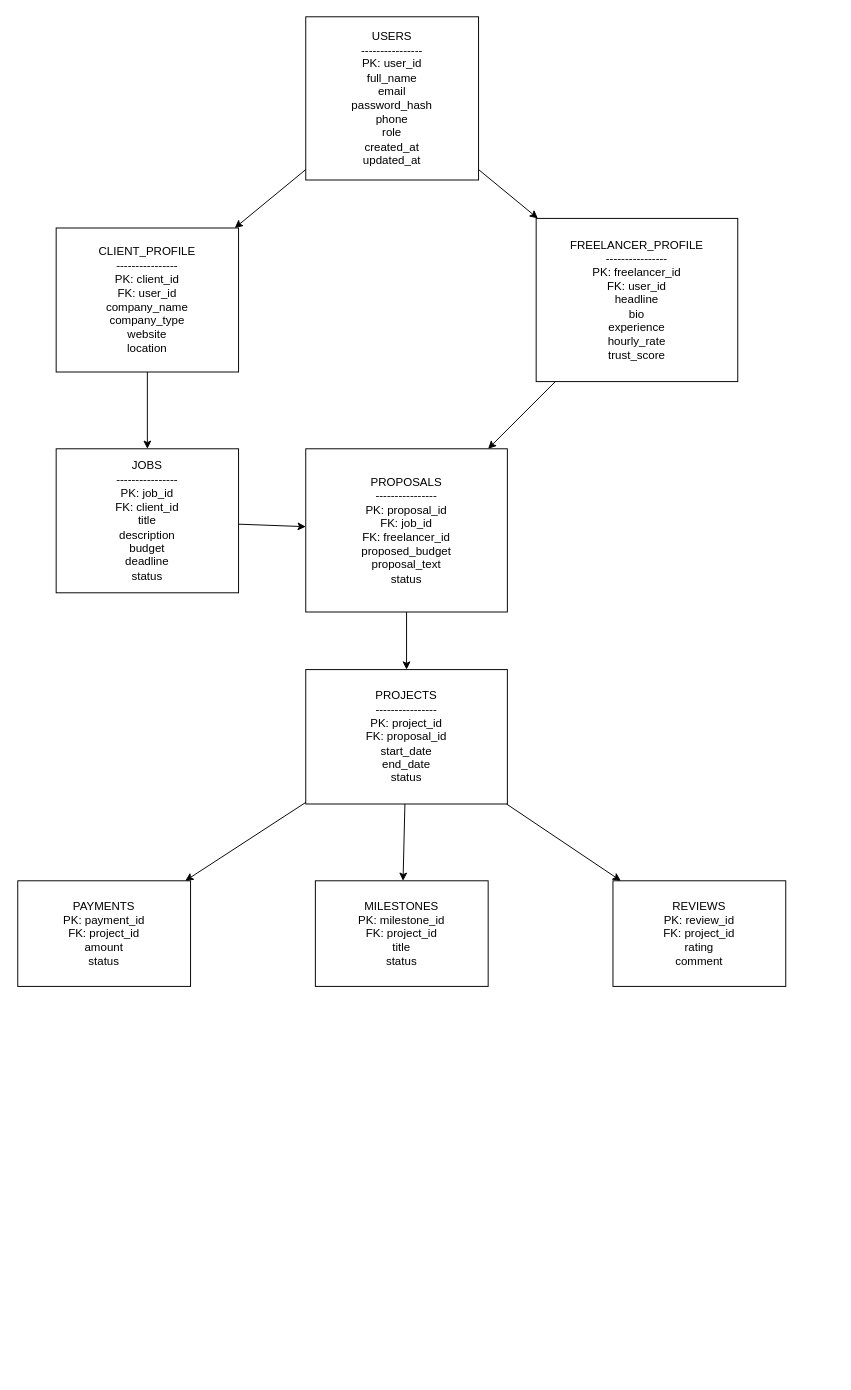
Earlier version of the draw.io diagram docs/diagrams/ERDiagram.drawio (Hemadharshini003/trusthire_ai). Source tidied: cells renumbered, new cells numbered last; positions are measured from the earlier drawing's top-left corner, leaving out a move shared by most shapes. Both pictures are drawn from the tidied source at 96%, with x=0, y=0 at pixel (17, 16).
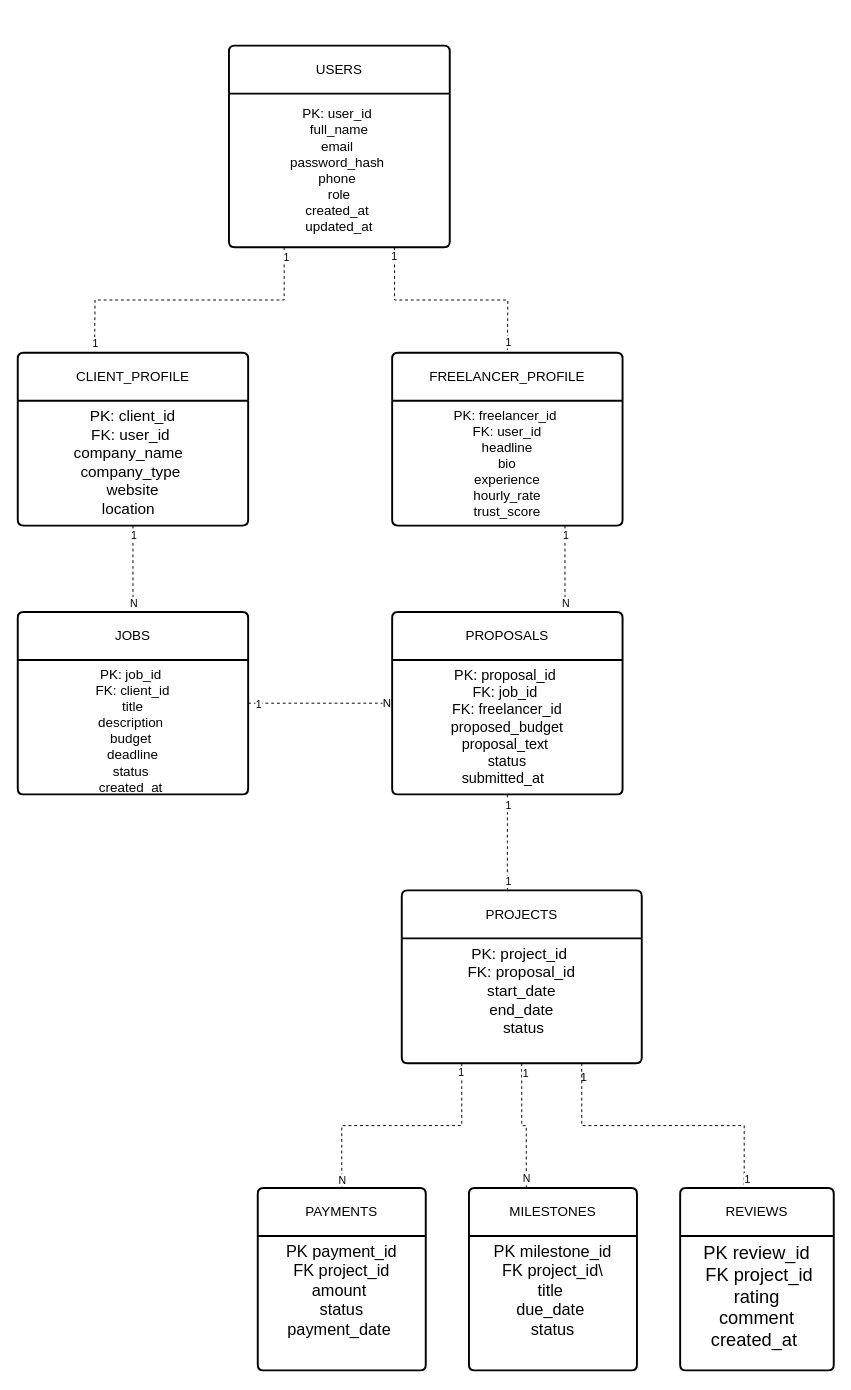
The same diagram, later.

Commit message (it also covers changes not shown here):
docs(database): add ER diagram v1

Diff of the diagram source:
```diff
@@
-    <mxCell id="2" value="USERS&#10;----------------&#10;PK: user_id&#10;full_name&#10;email&#10;password_hash&#10;phone&#10;role&#10;created_at&#10;updated_at" style="rounded=0;whiteSpace=wrap;html=1;" parent="1" vertex="1">
-      <mxGeometry x="300" width="180" height="170" as="geometry" />
-    </mxCell>
-    <mxCell id="3" value="CLIENT_PROFILE&#10;----------------&#10;PK: client_id&#10;FK: user_id&#10;company_name&#10;company_type&#10;website&#10;location" style="rounded=0;whiteSpace=wrap;html=1;" parent="1" vertex="1">
-      <mxGeometry x="40" y="220" width="190" height="150" as="geometry" />
-    </mxCell>
-    <mxCell id="4" value="FREELANCER_PROFILE&#10;----------------&#10;PK: freelancer_id&#10;FK: user_id&#10;headline&#10;bio&#10;experience&#10;hourly_rate&#10;trust_score" style="rounded=0;whiteSpace=wrap;html=1;" parent="1" vertex="1">
-      <mxGeometry x="540" y="210" width="210" height="170" as="geometry" />
-    </mxCell>
-    <mxCell id="5" value="JOBS&#10;----------------&#10;PK: job_id&#10;FK: client_id&#10;title&#10;description&#10;budget&#10;deadline&#10;status" style="rounded=0;whiteSpace=wrap;html=1;" parent="1" vertex="1">
-      <mxGeometry x="40" y="450" width="190" height="150" as="geometry" />
-    </mxCell>
-    <mxCell id="6" value="PROPOSALS&#10;----------------&#10;PK: proposal_id&#10;FK: job_id&#10;FK: freelancer_id&#10;proposed_budget&#10;proposal_text&#10;status" style="rounded=0;whiteSpace=wrap;html=1;" parent="1" vertex="1">
-      <mxGeometry x="300" y="450" width="210" height="170" as="geometry" />
-    </mxCell>
-    <mxCell id="7" value="PROJECTS&#10;----------------&#10;PK: project_id&#10;FK: proposal_id&#10;start_date&#10;end_date&#10;status" style="rounded=0;whiteSpace=wrap;html=1;" parent="1" vertex="1">
-      <mxGeometry x="300" y="680" width="210" height="140" as="geometry" />
-    </mxCell>
-    <mxCell id="8" value="PAYMENTS&#10;PK: payment_id&#10;FK: project_id&#10;amount&#10;status" style="rounded=0;whiteSpace=wrap;html=1;" parent="1" vertex="1">
-      <mxGeometry y="900" width="180" height="110" as="geometry" />
-    </mxCell>
-    <mxCell id="9" value="MILESTONES&#10;PK: milestone_id&#10;FK: project_id&#10;title&#10;status" style="rounded=0;whiteSpace=wrap;html=1;" parent="1" vertex="1">
-      <mxGeometry x="310" y="900" width="180" height="110" as="geometry" />
-    </mxCell>
-    <mxCell id="10" value="REVIEWS&#10;PK: review_id&#10;FK: project_id&#10;rating&#10;comment" style="rounded=0;whiteSpace=wrap;html=1;" parent="1" vertex="1">
-      <mxGeometry x="620" y="900" width="180" height="110" as="geometry" />
-    </mxCell>
-    <mxCell id="11" parent="1" edge="1" source="2" target="3">
-      <mxGeometry relative="1" as="geometry" />
-    </mxCell>
-    <mxCell id="12" parent="1" edge="1" source="2" target="4">
-      <mxGeometry relative="1" as="geometry" />
-    </mxCell>
-    <mxCell id="13" parent="1" edge="1" source="3" target="5">
-      <mxGeometry relative="1" as="geometry" />
-    </mxCell>
-    <mxCell id="14" parent="1" edge="1" source="5" target="6">
-      <mxGeometry relative="1" as="geometry" />
-    </mxCell>
-    <mxCell id="15" parent="1" edge="1" source="4" target="6">
-      <mxGeometry relative="1" as="geometry" />
-    </mxCell>
-    <mxCell id="16" parent="1" edge="1" source="6" target="7">
-      <mxGeometry relative="1" as="geometry" />
-    </mxCell>
-    <mxCell id="17" parent="1" edge="1" source="7" target="8">
-      <mxGeometry relative="1" as="geometry" />
-    </mxCell>
-    <mxCell id="18" parent="1" edge="1" source="7" target="9">
-      <mxGeometry relative="1" as="geometry" />
-    </mxCell>
-    <mxCell id="19" parent="1" edge="1" source="7" target="10">
-      <mxGeometry relative="1" as="geometry" />
-    </mxCell>
+    <mxCell id="20" style="edgeStyle=orthogonalEdgeStyle;rounded=0;jettySize=auto;html=1;exitX=0.5;exitY=1;exitDx=0;exitDy=0;entryX=0.5;entryY=0;entryDx=0;entryDy=0;dashed=1;endArrow=none;endFill=0;" parent="1" edge="1" source="23" target="37">
+      <mxGeometry relative="1" as="geometry" />
+    </mxCell>
+    <mxCell id="21" value="1" style="edgeLabel;html=1;align=center;verticalAlign=middle;" parent="20" vertex="1">
+      <mxGeometry x="-0.22" relative="1" as="geometry">
+        <mxPoint y="-26" as="offset" />
+      </mxGeometry>
+    </mxCell>
+    <mxCell id="22" value="N" style="edgeLabel;html=1;align=center;verticalAlign=middle;" parent="20" vertex="1">
+      <mxGeometry x="0.58" y="-2" relative="1" as="geometry">
+        <mxPoint x="2" y="9" as="offset" />
+      </mxGeometry>
+    </mxCell>
+    <mxCell id="23" value="CLIENT_PROFILE" style="swimlane;horizontal=1;startSize=50;rounded=1;fontSize=14;fontStyle=0;strokeWidth=2;shadow=0;dashed=0;align=center;arcSize=4;whiteSpace=wrap;html=1;" parent="1" vertex="1">
+      <mxGeometry y="350" width="240" height="180" as="geometry" />
+    </mxCell>
+    <mxCell id="24" value="&lt;font style=&quot;font-size: 16px;&quot;&gt;&amp;nbsp;PK: client_id&amp;nbsp;&lt;/font&gt;&lt;div&gt;&lt;font style=&quot;font-size: 16px;&quot;&gt;&amp;nbsp;FK: user_id&amp;nbsp;&amp;nbsp;&lt;/font&gt;&lt;/div&gt;&lt;div&gt;&lt;font style=&quot;font-size: 16px;&quot;&gt;company_name&amp;nbsp;&amp;nbsp;&lt;/font&gt;&lt;/div&gt;&lt;div&gt;&lt;font style=&quot;font-size: 16px;&quot;&gt;company_type&amp;nbsp;&lt;/font&gt;&lt;/div&gt;&lt;div&gt;&lt;font style=&quot;font-size: 16px;&quot;&gt;&amp;nbsp;website&amp;nbsp;&lt;/font&gt;&lt;/div&gt;&lt;div&gt;&lt;font style=&quot;font-size: 16px;&quot;&gt;&amp;nbsp;location&amp;nbsp; &amp;nbsp;&lt;/font&gt;&lt;/div&gt;" style="align=center;strokeColor=none;fillColor=none;spacingLeft=4;spacingRight=4;fontSize=12;verticalAlign=top;html=1;whiteSpace=wrap;" parent="23" vertex="1">
+      <mxGeometry y="50" width="240" height="130" as="geometry" />
+    </mxCell>
+    <mxCell id="25" style="edgeStyle=orthogonalEdgeStyle;rounded=0;jettySize=auto;html=1;exitX=0.75;exitY=1;exitDx=0;exitDy=0;dashed=1;endArrow=none;endFill=0;" parent="1" edge="1" source="28">
+      <mxGeometry relative="1" as="geometry">
+        <mxPoint x="510" y="350" as="targetPoint" />
+      </mxGeometry>
+    </mxCell>
+    <mxCell id="26" value="1" style="edgeLabel;html=1;align=center;verticalAlign=middle;" parent="25" vertex="1">
+      <mxGeometry x="-0.78" y="-1" relative="1" as="geometry">
+        <mxPoint y="-16" as="offset" />
+      </mxGeometry>
+    </mxCell>
+    <mxCell id="27" value="1" style="edgeLabel;html=1;align=center;verticalAlign=middle;" parent="25" vertex="1">
+      <mxGeometry x="0.76" relative="1" as="geometry">
+        <mxPoint y="16" as="offset" />
+      </mxGeometry>
+    </mxCell>
+    <mxCell id="28" value="USERS" style="swimlane;horizontal=1;startSize=50;rounded=1;fontSize=14;fontStyle=0;strokeWidth=2;shadow=0;dashed=0;align=center;arcSize=4;whiteSpace=wrap;html=1;" parent="1" vertex="1">
+      <mxGeometry x="220" y="30" width="230" height="210" as="geometry" />
+    </mxCell>
+    <mxCell id="29" style="edgeStyle=orthogonalEdgeStyle;rounded=0;jettySize=auto;html=1;exitX=0.25;exitY=1;exitDx=0;exitDy=0;dashed=1;endArrow=none;endFill=0;" parent="28" edge="1" source="32">
+      <mxGeometry relative="1" as="geometry">
+        <mxPoint x="-140" y="320" as="targetPoint" />
+      </mxGeometry>
+    </mxCell>
+    <mxCell id="30" value="1" style="edgeLabel;html=1;align=center;verticalAlign=middle;" parent="29" vertex="1">
+      <mxGeometry x="-0.51" relative="1" as="geometry">
+        <mxPoint x="22" y="-45" as="offset" />
+      </mxGeometry>
+    </mxCell>
+    <mxCell id="31" value="1" style="edgeLabel;html=1;align=center;verticalAlign=middle;" parent="29" vertex="1">
+      <mxGeometry x="0.84" y="-2" relative="1" as="geometry">
+        <mxPoint x="2" y="15" as="offset" />
+      </mxGeometry>
+    </mxCell>
+    <mxCell id="32" value="&lt;font style=&quot;font-size: 14px;&quot;&gt;PK: user_id&amp;nbsp;&lt;br&gt;&amp;nbsp;full_name&amp;nbsp;&lt;br&gt;email&amp;nbsp;&lt;br&gt;password_hash&amp;nbsp;&lt;br&gt;phone&amp;nbsp;&lt;br&gt;&amp;nbsp;role&amp;nbsp;&lt;br&gt;created_at&amp;nbsp;&lt;br&gt;updated_at  &lt;/font&gt;" style="text;html=1;whiteSpace=wrap;strokeColor=none;fillColor=none;align=center;verticalAlign=middle;rounded=0;" parent="28" vertex="1">
+      <mxGeometry y="50" width="230" height="160" as="geometry" />
+    </mxCell>
+    <mxCell id="33" value="PROPOSALS  " style="swimlane;horizontal=1;startSize=50;rounded=1;fontSize=14;fontStyle=0;strokeWidth=2;shadow=0;dashed=0;align=center;arcSize=4;whiteSpace=wrap;html=1;" parent="1" vertex="1">
+      <mxGeometry x="390" y="620" width="240" height="190" as="geometry" />
+    </mxCell>
+    <mxCell id="34" value="&lt;font style=&quot;font-size: 15px;&quot;&gt;PK: proposal_id&amp;nbsp;&lt;/font&gt;&lt;div&gt;&lt;font style=&quot;font-size: 15px;&quot;&gt;FK: job_id&amp;nbsp;&lt;/font&gt;&lt;/div&gt;&lt;div&gt;&lt;font style=&quot;font-size: 15px;&quot;&gt;&amp;nbsp;FK: freelancer_id&amp;nbsp;&lt;/font&gt;&lt;/div&gt;&lt;div&gt;&lt;font style=&quot;font-size: 15px;&quot;&gt;&amp;nbsp;proposed_budget&amp;nbsp;&lt;/font&gt;&lt;/div&gt;&lt;div&gt;&lt;font style=&quot;font-size: 15px;&quot;&gt;proposal_text&amp;nbsp;&lt;/font&gt;&lt;/div&gt;&lt;div&gt;&lt;font style=&quot;font-size: 15px;&quot;&gt;&amp;nbsp;status&amp;nbsp;&lt;/font&gt;&lt;/div&gt;&lt;div&gt;&lt;font style=&quot;font-size: 15px;&quot;&gt;&amp;nbsp;submitted_at&amp;nbsp; &amp;nbsp;&lt;/font&gt;&lt;/div&gt;" style="align=center;strokeColor=none;fillColor=none;spacingLeft=4;spacingRight=4;fontSize=12;verticalAlign=top;html=1;whiteSpace=wrap;" parent="33" vertex="1">
+      <mxGeometry y="50" width="240" height="140" as="geometry" />
+    </mxCell>
+    <mxCell id="35" style="edgeStyle=orthogonalEdgeStyle;rounded=0;jettySize=auto;html=1;exitX=1;exitY=0.5;exitDx=0;exitDy=0;dashed=1;endArrow=none;endFill=0;" parent="1" edge="1" source="37" target="63">
+      <mxGeometry relative="1" as="geometry" />
+    </mxCell>
+    <mxCell id="36" value="1" style="edgeLabel;html=1;align=center;verticalAlign=middle;" parent="35" vertex="1">
+      <mxGeometry x="-0.41" y="-8" relative="1" as="geometry">
+        <mxPoint x="-31" y="-8" as="offset" />
+      </mxGeometry>
+    </mxCell>
+    <mxCell id="37" value="JOBS  " style="swimlane;horizontal=1;startSize=50;rounded=1;fontSize=14;fontStyle=0;strokeWidth=2;shadow=0;dashed=0;align=center;arcSize=4;whiteSpace=wrap;html=1;" parent="1" vertex="1">
+      <mxGeometry y="620" width="240" height="190" as="geometry" />
+    </mxCell>
+    <mxCell id="38" value="&lt;font style=&quot;font-size: 14px;&quot;&gt;PK: job_id&amp;nbsp;&lt;/font&gt;&lt;div&gt;&lt;font style=&quot;font-size: 14px;&quot;&gt;&amp;nbsp;FK: client_id&amp;nbsp;&lt;/font&gt;&lt;/div&gt;&lt;div&gt;&lt;font style=&quot;font-size: 14px;&quot;&gt;&amp;nbsp;title&amp;nbsp;&lt;/font&gt;&lt;/div&gt;&lt;div&gt;&lt;font style=&quot;font-size: 14px;&quot;&gt;description&amp;nbsp;&lt;/font&gt;&lt;/div&gt;&lt;div&gt;&lt;font style=&quot;font-size: 14px;&quot;&gt;budget&amp;nbsp;&lt;/font&gt;&lt;/div&gt;&lt;div&gt;&lt;font style=&quot;font-size: 14px;&quot;&gt;&amp;nbsp;deadline&amp;nbsp;&lt;/font&gt;&lt;/div&gt;&lt;div&gt;&lt;font style=&quot;font-size: 14px;&quot;&gt;status&amp;nbsp;&lt;/font&gt;&lt;/div&gt;&lt;div&gt;&lt;font style=&quot;font-size: 14px;&quot;&gt;created_at&amp;nbsp;&lt;/font&gt;&lt;/div&gt;" style="align=center;strokeColor=none;fillColor=none;spacingLeft=4;spacingRight=4;fontSize=12;verticalAlign=top;html=1;whiteSpace=wrap;" parent="37" vertex="1">
+      <mxGeometry y="50" width="240" height="140" as="geometry" />
+    </mxCell>
+    <mxCell id="39" style="edgeStyle=orthogonalEdgeStyle;rounded=0;jettySize=auto;html=1;exitX=0.75;exitY=1;exitDx=0;exitDy=0;entryX=0.75;entryY=0;entryDx=0;entryDy=0;dashed=1;endArrow=none;endFill=0;" parent="1" edge="1" source="42" target="33">
+      <mxGeometry relative="1" as="geometry" />
+    </mxCell>
+    <mxCell id="40" value="1" style="edgeLabel;html=1;align=center;verticalAlign=middle;" parent="39" vertex="1">
+      <mxGeometry x="-0.66" relative="1" as="geometry">
+        <mxPoint y="-6" as="offset" />
+      </mxGeometry>
+    </mxCell>
+    <mxCell id="41" value="N" style="edgeLabel;html=1;align=center;verticalAlign=middle;" parent="39" vertex="1">
+      <mxGeometry x="0.58" relative="1" as="geometry">
+        <mxPoint y="9" as="offset" />
+      </mxGeometry>
+    </mxCell>
+    <mxCell id="42" value="FREELANCER_PROFILE" style="swimlane;horizontal=1;startSize=50;rounded=1;fontSize=14;fontStyle=0;strokeWidth=2;shadow=0;dashed=0;align=center;arcSize=4;whiteSpace=wrap;html=1;" parent="1" vertex="1">
+      <mxGeometry x="390" y="350" width="240" height="180" as="geometry" />
+    </mxCell>
+    <mxCell id="43" value="&lt;font style=&quot;font-size: 14px;&quot;&gt;PK: freelancer_id&amp;nbsp;&lt;/font&gt;&lt;div&gt;&lt;font style=&quot;font-size: 14px;&quot;&gt;&amp;nbsp;FK: user_id&amp;nbsp;&lt;/font&gt;&lt;div&gt;&lt;font style=&quot;font-size: 14px;&quot;&gt;&amp;nbsp;headline&amp;nbsp;&lt;/font&gt;&lt;/div&gt;&lt;div&gt;&lt;font style=&quot;font-size: 14px;&quot;&gt;&amp;nbsp;bio&amp;nbsp;&lt;/font&gt;&lt;/div&gt;&lt;div&gt;&lt;font style=&quot;font-size: 14px;&quot;&gt;&amp;nbsp;experience&amp;nbsp;&lt;/font&gt;&lt;/div&gt;&lt;div&gt;&lt;font style=&quot;font-size: 14px;&quot;&gt;&amp;nbsp;hourly_rate&amp;nbsp;&lt;/font&gt;&lt;/div&gt;&lt;div&gt;&lt;font style=&quot;font-size: 14px;&quot;&gt;&amp;nbsp;trust_score&amp;nbsp;&lt;/font&gt;&lt;/div&gt;&lt;/div&gt;" style="align=center;strokeColor=none;fillColor=none;spacingLeft=4;spacingRight=4;fontSize=12;verticalAlign=top;html=1;whiteSpace=wrap;" parent="42" vertex="1">
+      <mxGeometry y="50" width="240" height="130" as="geometry" />
+    </mxCell>
+    <mxCell id="44" value="1" style="edgeStyle=orthogonalEdgeStyle;rounded=0;jettySize=auto;html=1;exitX=0.25;exitY=1;exitDx=0;exitDy=0;entryX=0.5;entryY=0;entryDx=0;entryDy=0;dashed=1;endArrow=none;endFill=0;" parent="1" edge="1" source="46" target="48">
+      <mxGeometry x="-0.92" relative="1" as="geometry" />
+    </mxCell>
+    <mxCell id="45" value="N" style="edgeLabel;html=1;align=center;verticalAlign=middle;" parent="44" vertex="1">
+      <mxGeometry x="0.73" y="2" relative="1" as="geometry">
+        <mxPoint x="-2" y="25" as="offset" />
+      </mxGeometry>
+    </mxCell>
+    <mxCell id="46" value="  PROJECTS  " style="swimlane;horizontal=1;startSize=50;rounded=1;fontSize=14;fontStyle=0;strokeWidth=2;shadow=0;dashed=0;align=center;arcSize=4;whiteSpace=wrap;html=1;" parent="1" vertex="1">
+      <mxGeometry x="400" y="910" width="250" height="180" as="geometry" />
+    </mxCell>
+    <mxCell id="47" value="&lt;font style=&quot;font-size: 16px;&quot;&gt;PK: project_id&amp;nbsp;&lt;/font&gt;&lt;div&gt;&lt;font style=&quot;font-size: 16px;&quot;&gt;&amp;nbsp;FK: proposal_id&amp;nbsp;&lt;/font&gt;&lt;/div&gt;&lt;div&gt;&lt;font style=&quot;font-size: 16px;&quot;&gt;&amp;nbsp;start_date&amp;nbsp;&lt;/font&gt;&lt;/div&gt;&lt;div&gt;&lt;font style=&quot;font-size: 16px;&quot;&gt;&amp;nbsp;end_date&amp;nbsp;&lt;/font&gt;&lt;/div&gt;&lt;div&gt;&lt;font style=&quot;font-size: 16px;&quot;&gt;&amp;nbsp;status&lt;/font&gt;&lt;/div&gt;" style="align=center;strokeColor=none;fillColor=none;spacingLeft=4;spacingRight=4;fontSize=12;verticalAlign=top;html=1;whiteSpace=wrap;" parent="46" vertex="1">
+      <mxGeometry y="50" width="250" height="130" as="geometry" />
+    </mxCell>
+    <mxCell id="48" value="PAYMENTS" style="swimlane;horizontal=1;startSize=50;rounded=1;fontSize=14;fontStyle=0;strokeWidth=2;shadow=0;dashed=0;align=center;arcSize=4;whiteSpace=wrap;html=1;" parent="1" vertex="1">
+      <mxGeometry x="250" y="1220" width="175" height="190" as="geometry" />
+    </mxCell>
+    <mxCell id="49" value="&lt;font style=&quot;font-size: 17px;&quot;&gt;PK payment_id&lt;/font&gt;&lt;div&gt;&lt;font style=&quot;font-size: 17px;&quot;&gt;FK project_id&lt;br&gt;&lt;/font&gt;&lt;div&gt;&lt;font style=&quot;font-size: 17px;&quot;&gt;amount&amp;nbsp;&lt;/font&gt;&lt;/div&gt;&lt;/div&gt;&lt;div&gt;&lt;font style=&quot;font-size: 17px;&quot;&gt;status&lt;/font&gt;&lt;/div&gt;&lt;div&gt;&lt;font style=&quot;font-size: 17px;&quot;&gt;payment_date&amp;nbsp;&lt;/font&gt;&lt;/div&gt;" style="align=center;strokeColor=none;fillColor=none;spacingLeft=4;spacingRight=4;fontSize=12;verticalAlign=top;html=1;whiteSpace=wrap;" parent="48" vertex="1">
+      <mxGeometry y="50" width="175" height="140" as="geometry" />
+    </mxCell>
+    <mxCell id="50" value="MILESTONES   " style="swimlane;horizontal=1;startSize=50;rounded=1;fontSize=14;fontStyle=0;strokeWidth=2;shadow=0;dashed=0;align=center;arcSize=4;whiteSpace=wrap;html=1;" parent="1" vertex="1">
+      <mxGeometry x="470" y="1220" width="175" height="190" as="geometry" />
+    </mxCell>
+    <mxCell id="51" value="&lt;font style=&quot;font-size: 17px;&quot;&gt;PK milestone_id&lt;/font&gt;&lt;div&gt;&lt;font style=&quot;font-size: 17px;&quot;&gt;FK project_id\&lt;/font&gt;&lt;/div&gt;&lt;div&gt;&lt;font style=&quot;font-size: 17px;&quot;&gt;title&amp;nbsp;&lt;/font&gt;&lt;/div&gt;&lt;div&gt;&lt;font style=&quot;font-size: 17px;&quot;&gt;due_date&amp;nbsp;&lt;/font&gt;&lt;/div&gt;&lt;div&gt;&lt;font style=&quot;font-size: 17px;&quot;&gt;status&lt;/font&gt;&lt;/div&gt;&lt;div&gt;&lt;font style=&quot;font-size: 17px;&quot;&gt;&lt;br&gt;&lt;/font&gt;&lt;div&gt;&lt;br&gt;&lt;/div&gt;&lt;/div&gt;" style="align=center;strokeColor=none;fillColor=none;spacingLeft=4;spacingRight=4;fontSize=12;verticalAlign=top;html=1;whiteSpace=wrap;" parent="50" vertex="1">
+      <mxGeometry y="50" width="175" height="140" as="geometry" />
+    </mxCell>
+    <mxCell id="52" value="REVIEWS" style="swimlane;horizontal=1;startSize=50;rounded=1;fontSize=14;fontStyle=0;strokeWidth=2;shadow=0;dashed=0;align=center;arcSize=4;whiteSpace=wrap;html=1;" parent="1" vertex="1">
+      <mxGeometry x="690" y="1220" width="160" height="190" as="geometry" />
+    </mxCell>
+    <mxCell id="53" value="&lt;font style=&quot;font-size: 19px;&quot;&gt;PK review_id&lt;/font&gt;&lt;div&gt;&lt;font style=&quot;font-size: 19px;&quot;&gt;&amp;nbsp;FK project_id&lt;/font&gt;&lt;/div&gt;&lt;div&gt;&lt;font style=&quot;font-size: 19px;&quot;&gt;rating&lt;/font&gt;&lt;/div&gt;&lt;div&gt;&lt;font style=&quot;font-size: 19px;&quot;&gt;comment&lt;/font&gt;&lt;/div&gt;&lt;div&gt;&lt;font style=&quot;font-size: 19px;&quot;&gt;created_at&amp;nbsp;&lt;/font&gt;&lt;/div&gt;" style="align=center;strokeColor=none;fillColor=none;spacingLeft=4;spacingRight=4;fontSize=12;verticalAlign=top;html=1;whiteSpace=wrap;" parent="52" vertex="1">
+      <mxGeometry y="50" width="160" height="140" as="geometry" />
+    </mxCell>
+    <mxCell id="54" style="edgeStyle=orthogonalEdgeStyle;rounded=0;jettySize=auto;html=1;exitX=0.75;exitY=1;exitDx=0;exitDy=0;entryX=0.417;entryY=-0.016;entryDx=0;entryDy=0;entryPerimeter=0;dashed=1;endArrow=none;endFill=0;" parent="1" edge="1" source="46" target="52">
+      <mxGeometry relative="1" as="geometry">
+        <Array as="points">
+          <mxPoint x="587.6" y="1155" />
+          <mxPoint x="756.8" y="1155" />
+        </Array>
+      </mxGeometry>
+    </mxCell>
+    <mxCell id="55" value="1" style="edgeLabel;html=1;align=center;verticalAlign=middle;" parent="54" vertex="1">
+      <mxGeometry x="0.83" y="1" relative="1" as="geometry">
+        <mxPoint x="2" y="19" as="offset" />
+      </mxGeometry>
+    </mxCell>
+    <mxCell id="56" style="edgeStyle=orthogonalEdgeStyle;rounded=0;jettySize=auto;html=1;exitX=0.5;exitY=1;exitDx=0;exitDy=0;dashed=1;endArrow=none;endFill=0;" parent="1" edge="1" source="33">
+      <mxGeometry relative="1" as="geometry">
+        <mxPoint x="510" y="910" as="targetPoint" />
+      </mxGeometry>
+    </mxCell>
+    <mxCell id="57" value="1" style="edgeLabel;html=1;align=center;verticalAlign=middle;" parent="56" vertex="1">
+      <mxGeometry x="-0.75" y="4" relative="1" as="geometry">
+        <mxPoint x="-4" y="-2" as="offset" />
+      </mxGeometry>
+    </mxCell>
+    <mxCell id="58" value="1" style="edgeLabel;html=1;align=center;verticalAlign=middle;" parent="56" vertex="1">
+      <mxGeometry x="0.49" y="-4" relative="1" as="geometry">
+        <mxPoint x="4" y="16" as="offset" />
+      </mxGeometry>
+    </mxCell>
+    <mxCell id="59" style="edgeStyle=orthogonalEdgeStyle;rounded=0;jettySize=auto;html=1;exitX=0.5;exitY=1;exitDx=0;exitDy=0;entryX=0.341;entryY=0.011;entryDx=0;entryDy=0;entryPerimeter=0;dashed=1;endArrow=none;endFill=0;" parent="1" edge="1" source="46" target="50">
+      <mxGeometry relative="1" as="geometry" />
+    </mxCell>
+    <mxCell id="60" value="1" style="edgeLabel;html=1;align=center;verticalAlign=middle;" parent="59" vertex="1">
+      <mxGeometry x="-0.69" y="3" relative="1" as="geometry">
+        <mxPoint y="-11" as="offset" />
+      </mxGeometry>
+    </mxCell>
+    <mxCell id="61" value="N" style="edgeLabel;html=1;align=center;verticalAlign=middle;" parent="59" vertex="1">
+      <mxGeometry x="0.64" relative="1" as="geometry">
+        <mxPoint y="12" as="offset" />
+      </mxGeometry>
+    </mxCell>
+    <mxCell id="62" value="1" style="text;html=1;whiteSpace=wrap;strokeColor=none;fillColor=none;align=center;verticalAlign=middle;rounded=0;" parent="1" vertex="1">
+      <mxGeometry x="560" y="1090" width="60" height="30" as="geometry" />
+    </mxCell>
+    <mxCell id="63" value="N" style="text;html=1;whiteSpace=wrap;strokeColor=none;fillColor=none;align=center;verticalAlign=middle;rounded=0;" parent="1" vertex="1">
+      <mxGeometry x="380" y="700" width="10" height="30" as="geometry" />
+    </mxCell>
```
